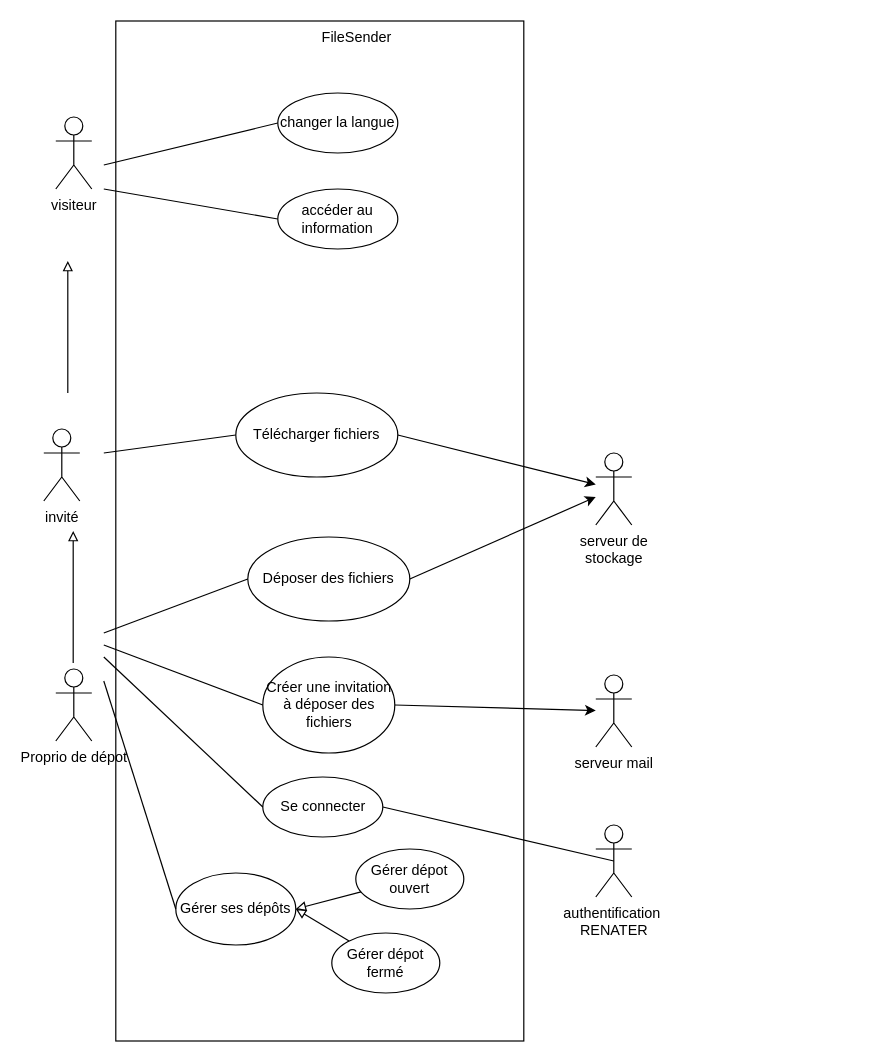
BastienMonet/IUT2 keeps this draw.io diagram as Analyse/TD1/UML1.drawio. Above is the earlier version. Source tidied: cells renumbered, new cells numbered last; positions are measured from the earlier drawing's top-left corner, leaving out a move shared by most shapes. Both pictures are drawn from the tidied source at 120%, with x=0, y=0 at pixel (43, 20).
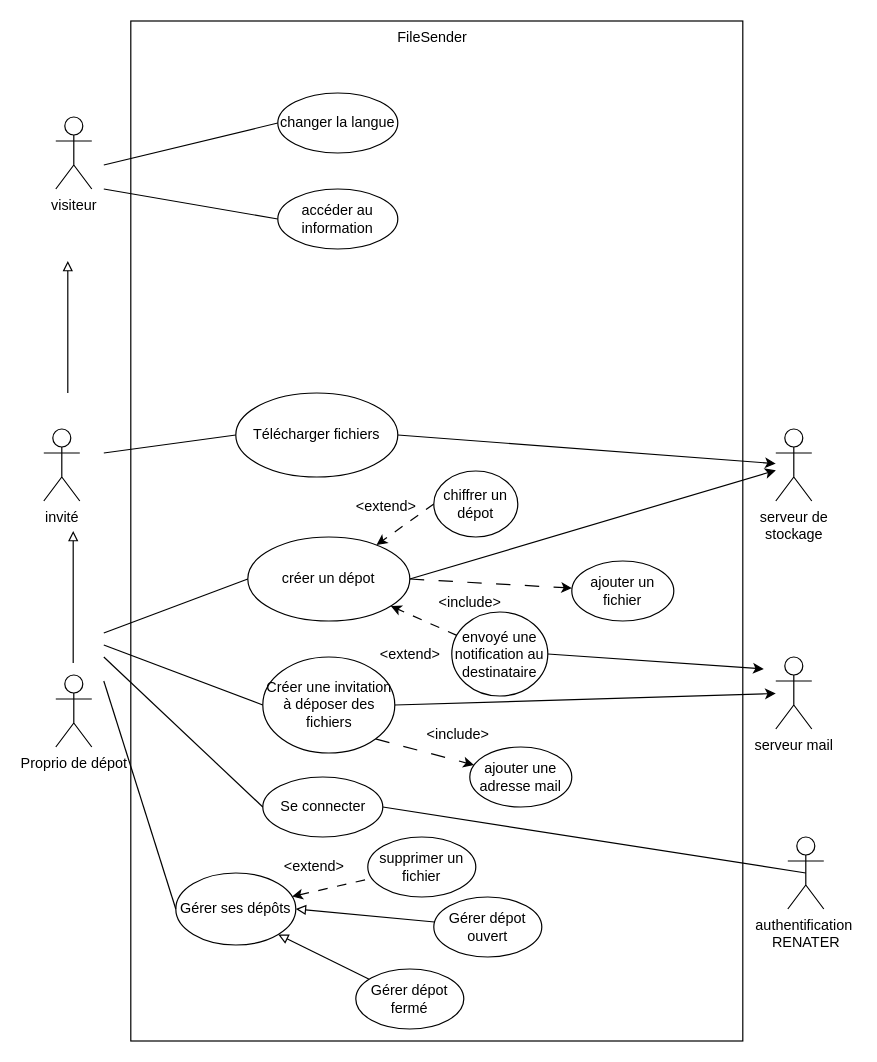
Above is the later version.

Unchanged cells that the change refers to:
```xml
<mxCell id="8" value="Gérer ses dépôts" style="ellipse;whiteSpace=wrap;html=1;" parent="1" vertex="1">
  <mxGeometry x="110" y="710" width="100" height="60" as="geometry" />
</mxCell>
<mxCell id="10" value="Créer une invitation&lt;br&gt;à déposer des fichiers" style="ellipse;whiteSpace=wrap;html=1;" parent="1" vertex="1">
  <mxGeometry x="182.5" y="530" width="110" height="80" as="geometry" />
</mxCell>
```

Diff of the diagram source:
```diff
@@
     <mxCell id="2" style="rounded=0;whiteSpace=wrap;html=1;fillColor=none;" parent="1" vertex="1">
-      <mxGeometry x="60" width="340" height="850" as="geometry" />
+      <mxGeometry x="72.5" width="510" height="850" as="geometry" />
     </mxCell>
     <mxCell id="3" value="Proprio de dépot" style="shape=umlActor;verticalLabelPosition=bottom;verticalAlign=top;html=1;" parent="1" vertex="1">
-      <mxGeometry x="10" y="540" width="30" height="60" as="geometry" />
+      <mxGeometry x="10" y="545" width="30" height="60" as="geometry" />
     </mxCell>
@@
-    <mxCell id="7" style="edgeStyle=none;html=1;exitX=1;exitY=0.5;exitDx=0;exitDy=0;endArrow=none;endFill=0;startArrow=block;startFill=0;" parent="1" edge="1" source="8" target="33">
+    <mxCell id="7" style="edgeStyle=none;html=1;exitX=1;exitY=1;exitDx=0;exitDy=0;endArrow=none;endFill=0;startArrow=block;startFill=0;" parent="1" edge="1" source="8" target="33">
       <mxGeometry relative="1" as="geometry" />
     </mxCell>
@@
+    <mxCell id="34" style="edgeStyle=none;html=1;exitX=1;exitY=1;exitDx=0;exitDy=0;dashed=1;dashPattern=12 12;" parent="1" edge="1" source="10" target="47">
+      <mxGeometry relative="1" as="geometry" />
+    </mxCell>
@@
+    <mxCell id="35" style="edgeStyle=none;html=1;exitX=1;exitY=0.5;exitDx=0;exitDy=0;dashed=1;dashPattern=12 12;" parent="1" edge="1" source="12" target="38">
+      <mxGeometry relative="1" as="geometry" />
+    </mxCell>
-    <mxCell id="12" value="Déposer des fichiers" style="ellipse;whiteSpace=wrap;html=1;" parent="1" vertex="1">
+    <mxCell id="12" value="créer un dépot" style="ellipse;whiteSpace=wrap;html=1;" parent="1" vertex="1">
       <mxGeometry x="170" y="430" width="135" height="70" as="geometry" />
     </mxCell>
     <mxCell id="13" value="serveur mail" style="shape=umlActor;verticalLabelPosition=bottom;verticalAlign=top;html=1;outlineConnect=0;" parent="1" vertex="1">
-      <mxGeometry x="460" y="545" width="30" height="60" as="geometry" />
+      <mxGeometry x="610" y="530" width="30" height="60" as="geometry" />
     </mxCell>
@@
     <mxCell id="18" value="FileSender" style="text;whiteSpace=wrap;" parent="1" vertex="1">
-      <mxGeometry x="230" width="70" height="20" as="geometry" />
+      <mxGeometry x="292.5" width="70" height="20" as="geometry" />
     </mxCell>
     <mxCell id="19" value="authentification&amp;nbsp;&lt;div&gt;RENATER&lt;/div&gt;" style="shape=umlActor;verticalLabelPosition=bottom;verticalAlign=top;html=1;outlineConnect=0;" parent="1" vertex="1">
-      <mxGeometry x="460" y="670" width="30" height="60" as="geometry" />
+      <mxGeometry x="620" y="680" width="30" height="60" as="geometry" />
     </mxCell>
@@
     <mxCell id="26" value="serveur de&lt;div&gt;stockage&lt;/div&gt;" style="shape=umlActor;verticalLabelPosition=bottom;verticalAlign=top;html=1;outlineConnect=0;" parent="1" vertex="1">
-      <mxGeometry x="460" y="360" width="30" height="60" as="geometry" />
+      <mxGeometry x="610" y="340" width="30" height="60" as="geometry" />
     </mxCell>
@@
     <mxCell id="32" value="Gérer dépot ouvert" style="ellipse;whiteSpace=wrap;html=1;" parent="1" vertex="1">
-      <mxGeometry x="260" y="690" width="90" height="50" as="geometry" />
+      <mxGeometry x="325" y="730" width="90" height="50" as="geometry" />
     </mxCell>
     <mxCell id="33" value="Gérer dépot fermé" style="ellipse;whiteSpace=wrap;html=1;" parent="1" vertex="1">
-      <mxGeometry x="240" y="760" width="90" height="50" as="geometry" />
+      <mxGeometry x="260" y="790" width="90" height="50" as="geometry" />
     </mxCell>
+    <mxCell id="36" style="edgeStyle=none;html=1;exitX=0;exitY=0.5;exitDx=0;exitDy=0;dashed=1;dashPattern=8 8;" parent="1" edge="1" source="37" target="12">
+      <mxGeometry relative="1" as="geometry" />
+    </mxCell>
+    <mxCell id="37" value="chiffrer un dépot" style="ellipse;whiteSpace=wrap;html=1;" parent="1" vertex="1">
+      <mxGeometry x="325" y="375" width="70" height="55" as="geometry" />
+    </mxCell>
+    <mxCell id="38" value="ajouter un fichier" style="ellipse;whiteSpace=wrap;html=1;" parent="1" vertex="1">
+      <mxGeometry x="440" y="450" width="85" height="50" as="geometry" />
+    </mxCell>
+    <mxCell id="39" value="&amp;lt;extend&amp;gt;" style="text;html=1;align=center;verticalAlign=middle;strokeColor=none;fillColor=none;" parent="1" vertex="1">
+      <mxGeometry x="270" y="512.5" width="70" height="30" as="geometry" />
+    </mxCell>
+    <mxCell id="40" value="&amp;lt;include&amp;gt;" style="text;html=1;align=center;verticalAlign=middle;strokeColor=none;fillColor=none;" parent="1" vertex="1">
+      <mxGeometry x="315" y="470" width="80" height="30" as="geometry" />
+    </mxCell>
+    <mxCell id="41" style="edgeStyle=none;html=1;exitX=1;exitY=0.5;exitDx=0;exitDy=0;" parent="1" edge="1" source="42">
+      <mxGeometry relative="1" as="geometry">
+        <mxPoint x="600" y="540" as="targetPoint" />
+      </mxGeometry>
+    </mxCell>
+    <mxCell id="42" value="envoyé une notification au destinataire" style="ellipse;whiteSpace=wrap;html=1;" parent="1" vertex="1">
+      <mxGeometry x="340" y="492.5" width="80" height="70" as="geometry" />
+    </mxCell>
+    <mxCell id="43" style="edgeStyle=none;html=1;dashed=1;dashPattern=8 8;" parent="1" edge="1" source="42" target="12">
+      <mxGeometry relative="1" as="geometry" />
+    </mxCell>
+    <mxCell id="44" value="&amp;lt;extend&amp;gt;" style="text;html=1;align=center;verticalAlign=middle;strokeColor=none;fillColor=none;" parent="1" vertex="1">
+      <mxGeometry x="250" y="390" width="70" height="30" as="geometry" />
+    </mxCell>
+    <mxCell id="45" value="supprimer un fichier" style="ellipse;whiteSpace=wrap;html=1;" parent="1" vertex="1">
+      <mxGeometry x="270" y="680" width="90" height="50" as="geometry" />
+    </mxCell>
+    <mxCell id="46" style="edgeStyle=none;html=1;dashed=1;dashPattern=8 8;endArrow=none;endFill=0;startArrow=classic;startFill=1;" parent="1" edge="1" source="8" target="45">
+      <mxGeometry relative="1" as="geometry" />
+    </mxCell>
+    <mxCell id="47" value="ajouter une adresse mail" style="ellipse;whiteSpace=wrap;html=1;" parent="1" vertex="1">
+      <mxGeometry x="355" y="605" width="85" height="50" as="geometry" />
+    </mxCell>
+    <mxCell id="48" value="&amp;lt;include&amp;gt;" style="text;html=1;align=center;verticalAlign=middle;strokeColor=none;fillColor=none;" parent="1" vertex="1">
+      <mxGeometry x="305" y="580" width="80" height="30" as="geometry" />
+    </mxCell>
+    <mxCell id="49" value="&amp;lt;extend&amp;gt;" style="text;html=1;align=center;verticalAlign=middle;strokeColor=none;fillColor=none;" parent="1" vertex="1">
+      <mxGeometry x="190" y="690" width="70" height="30" as="geometry" />
+    </mxCell>
```
